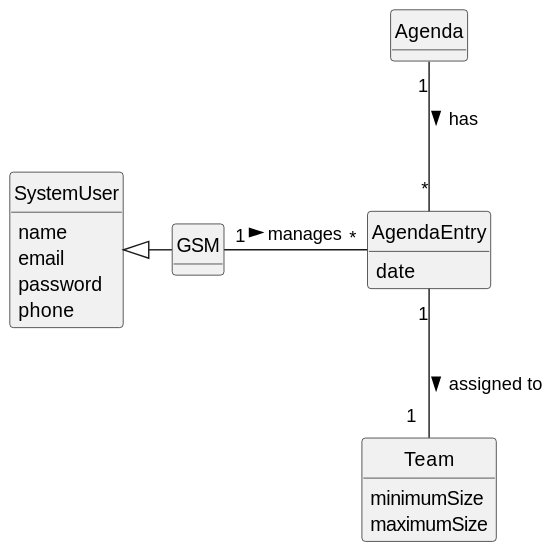
This is docs/sprintC/us023/02.analysis/svg/us023-domain-model.svg from Departamento-de-Engenharia-Informatica/lei-24-s2-1do-g164, a PlantUML export, as it was before one commit. Its diagram source:
```plantuml
@startuml
skinparam monochrome true
skinparam packageStyle rectangle
skinparam shadowing false



skinparam classAttributeIconSize 0

hide circle
hide methods


class GSM {
}


class SystemUser {
    name
    email
    password
    phone

}

class Team {
minimumSize
maximumSize

}

class Agenda {
}

class AgendaEntry {
    date
}





SystemUser <|- GSM
GSM"1" - "*" AgendaEntry: manages >
AgendaEntry"1"-- "1  " Team: assigned to >
Agenda "1" -- "*" AgendaEntry : has >
@enduml
```
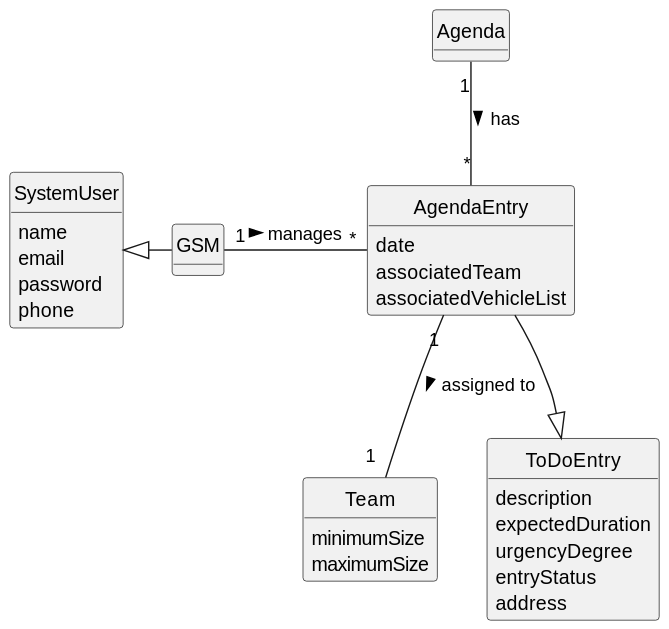
The same diagram one commit later.

Change to the diagram source:
```diff
@@ -34,6 +34,17 @@
 
 class AgendaEntry {
     date
+    associatedTeam
+    associatedVehicleList
+}
+
+
+class ToDoEntry {
+        description
+        expectedDuration
+        urgencyDegree
+        entryStatus
+        address
 }
 
 
@@ -44,4 +55,5 @@
 GSM"1" - "*" AgendaEntry: manages >
 AgendaEntry"1"-- "1  " Team: assigned to >
 Agenda "1" -- "*" AgendaEntry : has >
+AgendaEntry --|> ToDoEntry
 @enduml
```
